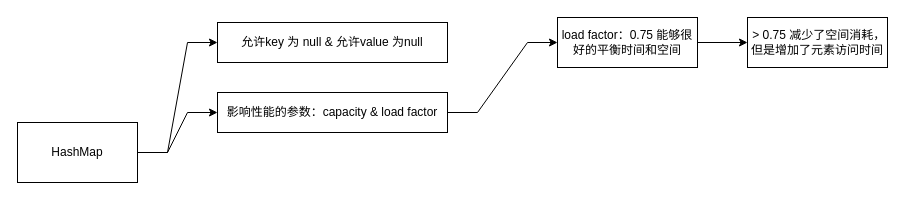
The draw.io diagram page "HashMap特性" (1 of 6) of fuckInJava.drawio in zhfk/drawo.io.mydiagrams, before the edit. Source tidied: cells renumbered, new cells numbered last; positions are measured from the earlier drawing's top-left corner, leaving out a move shared by most shapes. Both pictures are drawn from the tidied source at 100%, with x=0, y=0 at pixel (17, 17).
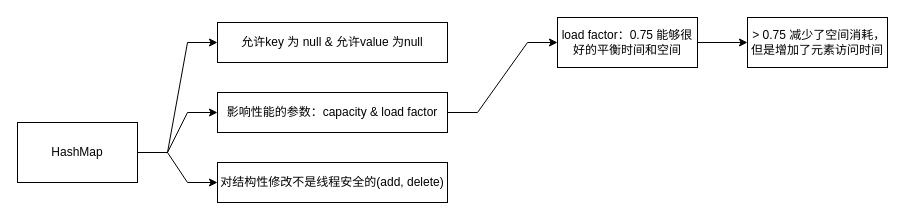
After the change.

What changed in the source:
```diff
@@
 <mxGraphModel>
   <root>
     <mxCell id="0" />
     <mxCell id="1" parent="0" />
     <mxCell id="2" style="edgeStyle=entityRelationEdgeStyle;rounded=0;jettySize=auto;html=1;" parent="1" edge="1" source="4" target="5">
       <mxGeometry relative="1" as="geometry" />
     </mxCell>
     <mxCell id="3" style="edgeStyle=entityRelationEdgeStyle;rounded=0;jettySize=auto;html=1;exitX=1;exitY=0.5;exitDx=0;exitDy=0;entryX=0;entryY=0.5;entryDx=0;entryDy=0;" parent="1" edge="1" source="4" target="7">
       <mxGeometry relative="1" as="geometry" />
     </mxCell>
+    <mxCell id="11" style="edgeStyle=entityRelationEdgeStyle;rounded=0;jettySize=auto;html=1;exitX=1;exitY=0.5;exitDx=0;exitDy=0;" parent="1" edge="1" source="4" target="12">
+      <mxGeometry relative="1" as="geometry" />
+    </mxCell>
     <mxCell id="4" value="HashMap" style="rounded=0;whiteSpace=wrap;html=1;" parent="1" vertex="1">
       <mxGeometry y="105" width="120" height="60" as="geometry" />
     </mxCell>
     <mxCell id="5" value="允许key 为 null &amp;amp; 允许value 为null" style="rounded=0;whiteSpace=wrap;html=1;" parent="1" vertex="1">
       <mxGeometry x="200" y="5" width="230" height="40" as="geometry" />
     </mxCell>
     <mxCell id="6" style="edgeStyle=entityRelationEdgeStyle;rounded=0;jettySize=auto;html=1;" parent="1" edge="1" source="7" target="9">
       <mxGeometry relative="1" as="geometry" />
     </mxCell>
     <mxCell id="7" value="影响性能的参数：capacity &amp;amp; load factor" style="rounded=0;whiteSpace=wrap;html=1;" parent="1" vertex="1">
       <mxGeometry x="200" y="75" width="230" height="40" as="geometry" />
     </mxCell>
     <mxCell id="8" style="edgeStyle=entityRelationEdgeStyle;rounded=0;jettySize=auto;html=1;" parent="1" edge="1" source="9" target="10">
       <mxGeometry relative="1" as="geometry" />
     </mxCell>
     <mxCell id="9" value="load factor：0.75 能够很好的平衡时间和空间" style="rounded=0;whiteSpace=wrap;html=1;" parent="1" vertex="1">
       <mxGeometry x="540" width="140" height="50" as="geometry" />
     </mxCell>
     <mxCell id="10" value="&amp;nbsp;&amp;gt; 0.75 减少了空间消耗，但是增加了元素访问时间" style="rounded=0;whiteSpace=wrap;html=1;" parent="1" vertex="1">
       <mxGeometry x="730" width="140" height="50" as="geometry" />
     </mxCell>
+    <mxCell id="12" value="对结构性修改不是线程安全的(add, delete)" style="rounded=0;whiteSpace=wrap;html=1;" parent="1" vertex="1">
+      <mxGeometry x="200" y="145" width="230" height="40" as="geometry" />
+    </mxCell>
   </root>
 </mxGraphModel>
```
